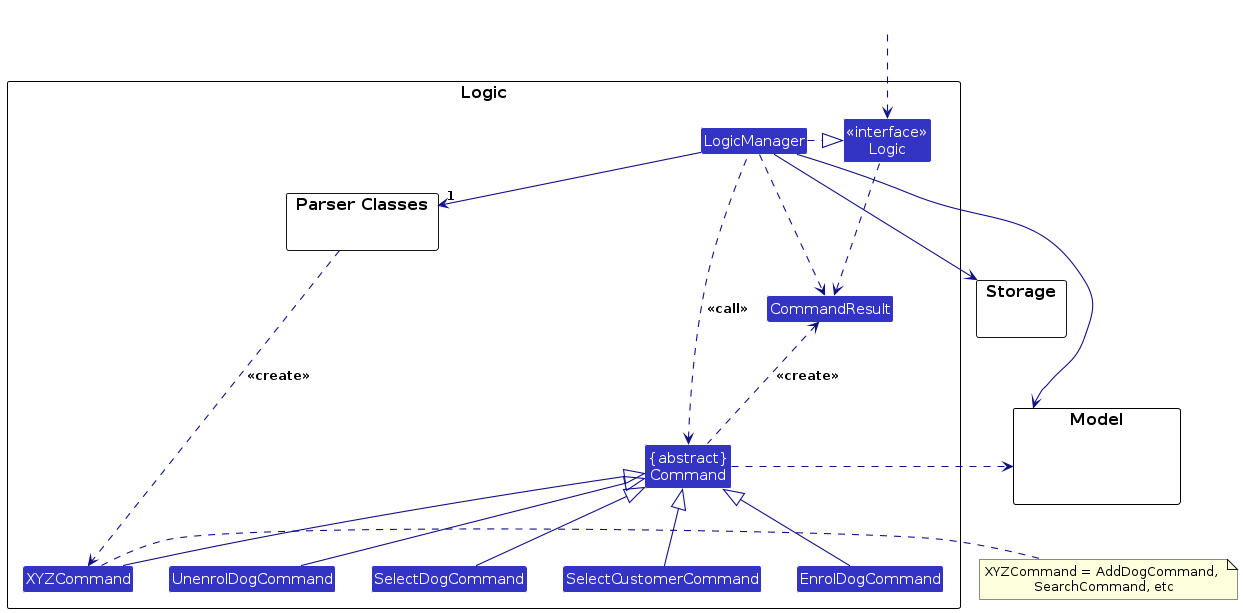
Before: diagrams/LogicClassDiagram.png, a diagram exported from PlantUML (AY2627S1-CS2103T-T15-4/tp). Its source is kept beside it as diagrams/LogicClassDiagram.puml.
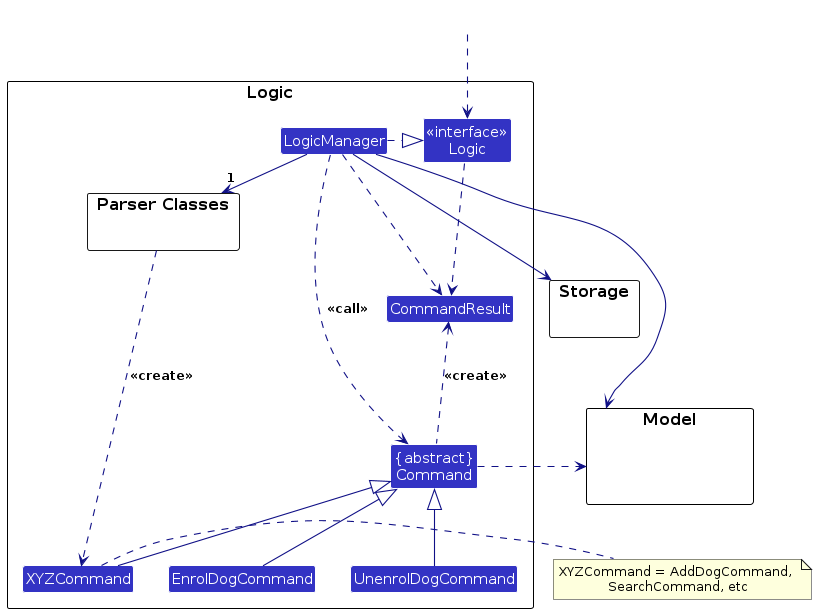
The same file after the commit.

Diff of the diagram source:
```diff
@@ -11,8 +11,6 @@
 Class XYZCommand
 Class EnrolDogCommand
 Class UnenrolDogCommand
-Class SelectDogCommand
-Class SelectCustomerCommand
 Class CommandResult
 Class "{abstract}\nCommand" as Command
 
@@ -38,8 +36,6 @@
 XYZCommand -up-|> Command
 EnrolDogCommand -up-|> Command
 UnenrolDogCommand -up-|> Command
-SelectDogCommand -up-|> Command
-SelectCustomerCommand -up-|> Command
 LogicManager .left.> Command : <<call>>
 
 LogicManager --> Model
```
